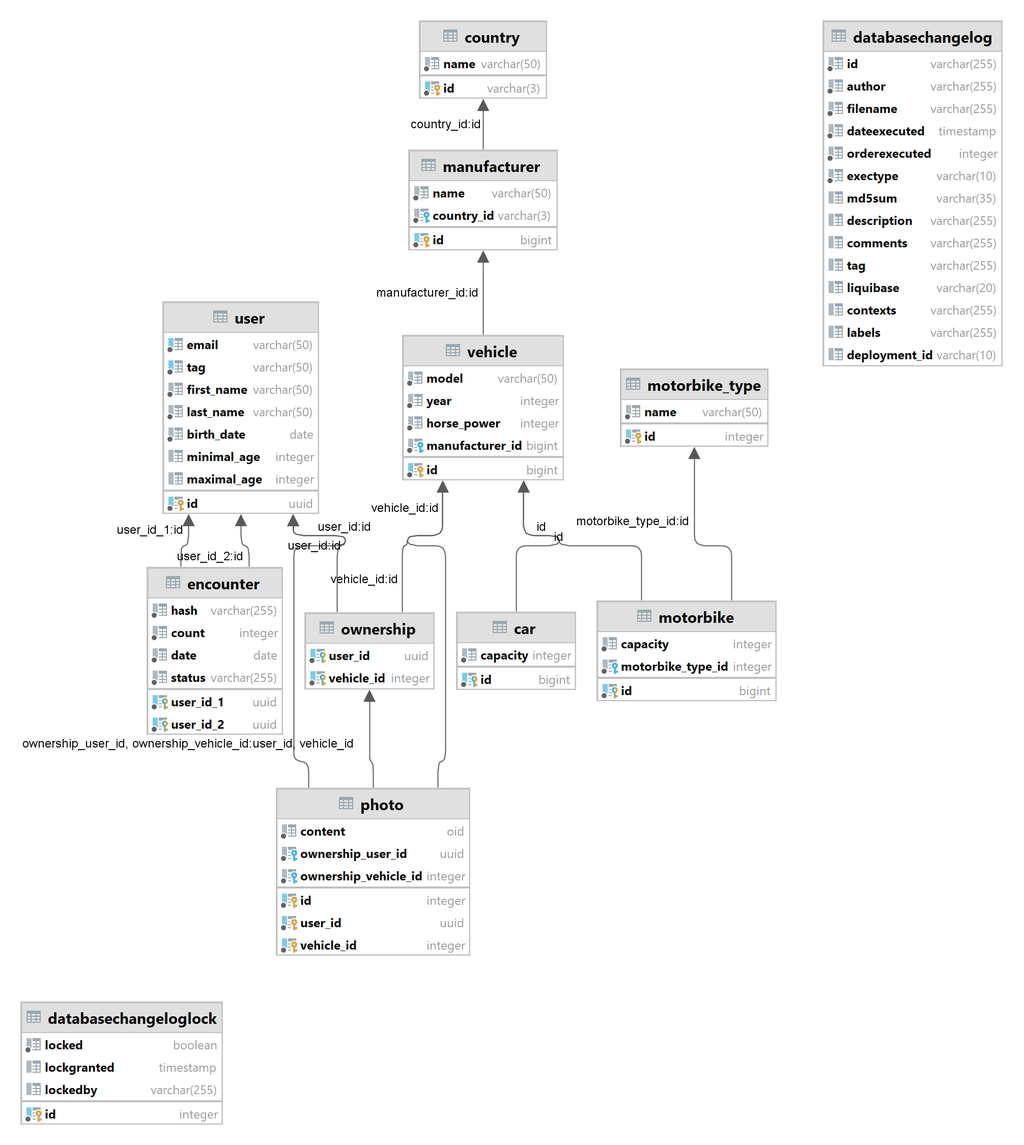
Earlier version of the PlantUML export docs/public.png (MotorMingle/API). Its source is kept beside it as docs/public.plantuml. Source of this version:
```plantuml
@startuml

!theme plain
top to bottom direction
skinparam linetype ortho

class car {
   capacity: integer
   id: bigint
}
class country {
   name: varchar(50)
   id: varchar(3)
}
class databasechangelog {
   id: varchar(255)
   author: varchar(255)
   filename: varchar(255)
   dateexecuted: timestamp
   orderexecuted: integer
   exectype: varchar(10)
   md5sum: varchar(35)
   description: varchar(255)
   comments: varchar(255)
   tag: varchar(255)
   liquibase: varchar(20)
   contexts: varchar(255)
   labels: varchar(255)
   deployment_id: varchar(10)
}
class databasechangeloglock {
   locked: boolean
   lockgranted: timestamp
   lockedby: varchar(255)
   id: integer
}
class encounter {
   hash: varchar(255)
   count: integer
   date: date
   status: varchar(255)
   user_id_1: uuid
   user_id_2: uuid
}
class manufacturer {
   name: varchar(50)
   country_id: varchar(3)
   id: bigint
}
class motorbike {
   capacity: integer
   motorbike_type_id: integer
   id: bigint
}
class motorbike_type {
   name: varchar(50)
   id: integer
}
class ownership {
   user_id: uuid
   vehicle_id: integer
}
class photo {
   content: oid
   ownership_user_id: uuid
   ownership_vehicle_id: integer
   id: integer
   user_id: uuid
   vehicle_id: integer
}
class user {
   email: varchar(50)
   tag: varchar(50)
   first_name: varchar(50)
   last_name: varchar(50)
   birth_date: date
   minimal_age: integer
   maximal_age: integer
   id: uuid
}
class vehicle {
   model: varchar(50)
   year: integer
   horse_power: integer
   manufacturer_id: bigint
   id: bigint
}

car                    -[#595959,plain]-^  vehicle               : "id"
encounter              -[#595959,plain]-^  user                  : "user_id_2:id"
encounter              -[#595959,plain]-^  user                  : "user_id_1:id"
manufacturer           -[#595959,plain]-^  country               : "country_id:id"
motorbike              -[#595959,plain]-^  motorbike_type        : "motorbike_type_id:id"
motorbike              -[#595959,plain]-^  vehicle               : "id"
ownership              -[#595959,plain]-^  user                  : "user_id:id"
ownership              -[#595959,plain]-^  vehicle               : "vehicle_id:id"
photo                  -[#595959,plain]-^  ownership             : "ownership_user_id, ownership_vehicle_id:user_id, vehicle_id"
photo                  -[#595959,plain]-^  user                  : "user_id:id"
photo                  -[#595959,plain]-^  vehicle               : "vehicle_id:id"
vehicle                -[#595959,plain]-^  manufacturer          : "manufacturer_id:id"
@enduml
```
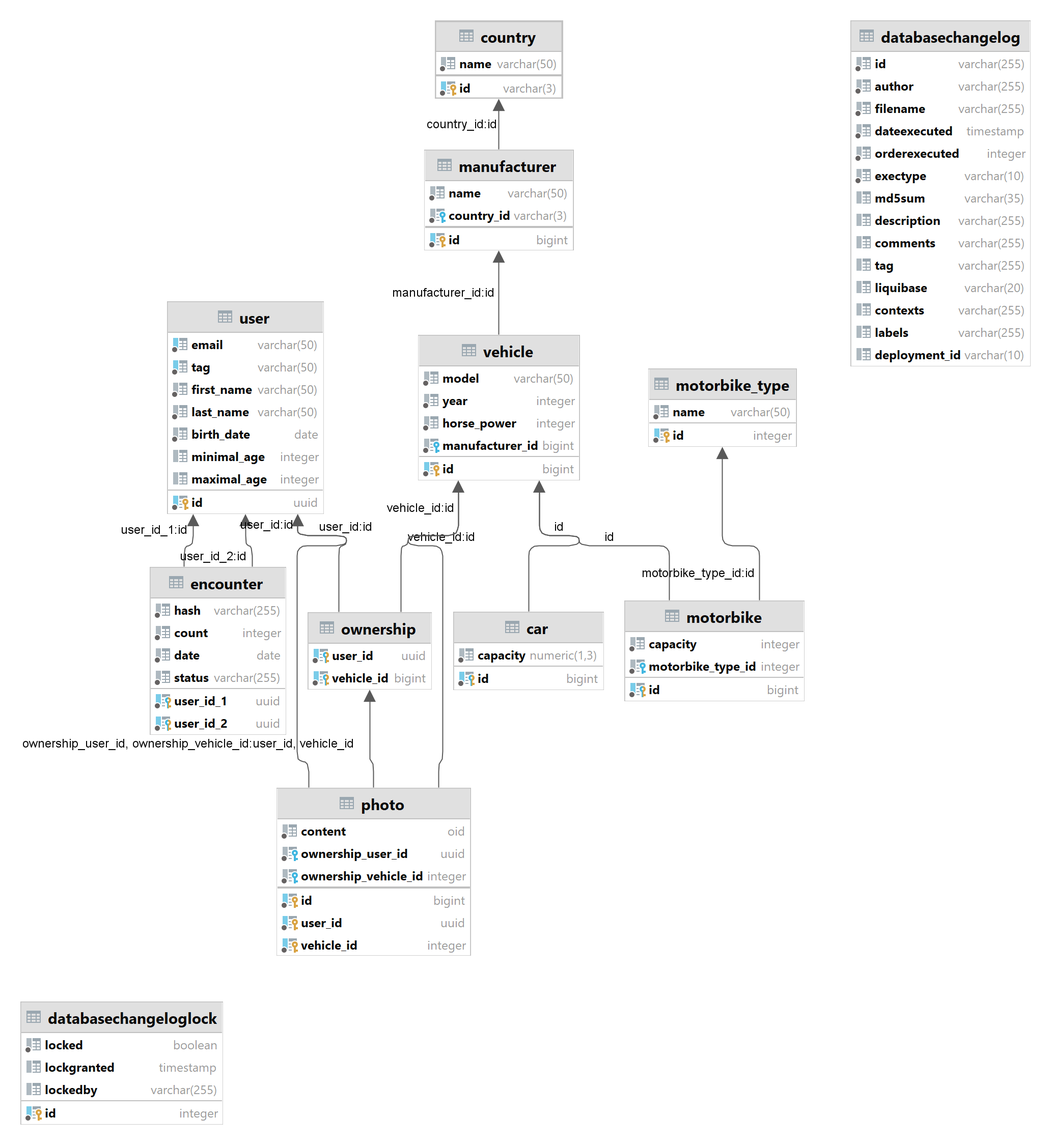
The same file after the commit.

Commit message:
Updated docs Added SonarCloud analysis trigger on dev branch Added database model diagram on README.md Added SonarCloud analysis badges on README.md

What changed in the source:
```diff
@@ -5,7 +5,7 @@
 skinparam linetype ortho
 
 class car {
-   capacity: integer
+   capacity: numeric(1,3)
    id: bigint
 }
 class country {
@@ -58,13 +58,13 @@
 }
 class ownership {
    user_id: uuid
-   vehicle_id: integer
+   vehicle_id: bigint
 }
 class photo {
    content: oid
    ownership_user_id: uuid
    ownership_vehicle_id: integer
-   id: integer
+   id: bigint
    user_id: uuid
    vehicle_id: integer
 }
```
